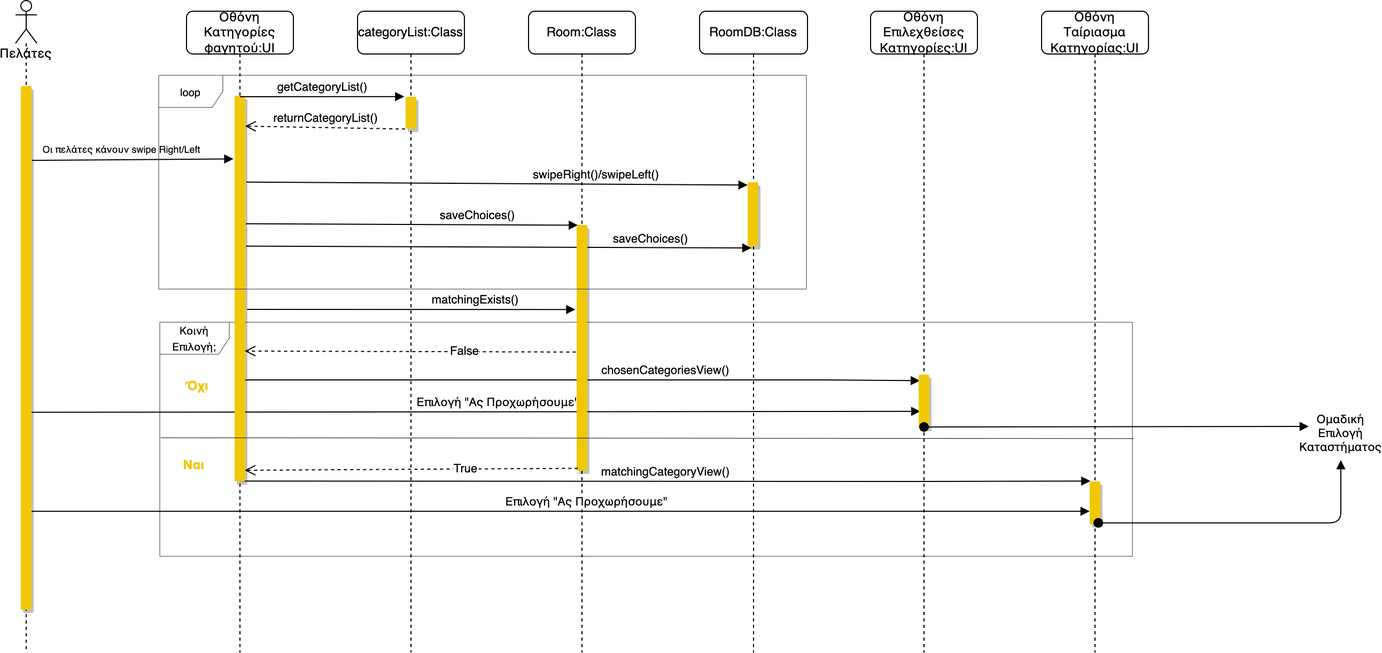
Before: docs/final/nomnomr/Media/Sequence Diagrams/8.Ομαδική Επιλογή Κατηγορίας.drawio.png, a diagram exported from draw.io (iloudaros/nomnomr). Source tidied: cells renumbered, new cells last; positions are measured from the earlier drawing's top-left corner, leaving out a move shared by most shapes.
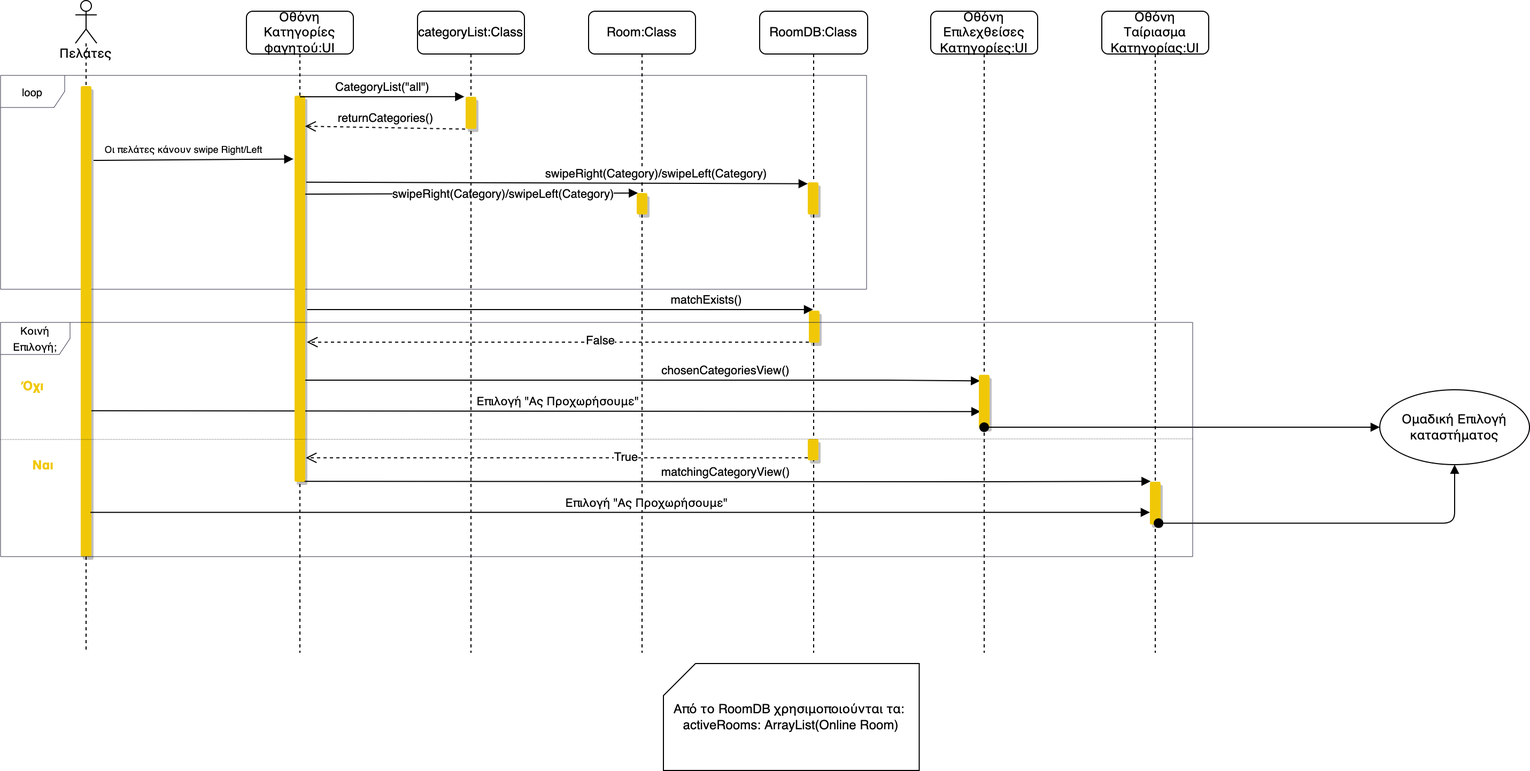
The same diagram one commit later.

What changed in the source:
```diff
@@ -2,9 +2,21 @@
   <root>
     <mxCell id="0" />
     <mxCell id="1" parent="0" />
-    <mxCell id="2" value="&lt;font style=&quot;font-size: 10px;&quot;&gt;Κοινή Επιλογή;&lt;/font&gt;" style="shape=umlFrame;whiteSpace=wrap;html=1;rounded=1;shadow=0;sketch=0;fillColor=#FFFFFF;strokeWidth=0.5;strokeColor=#2B2D42;width=65;height=30;" parent="1" vertex="1">
-      <mxGeometry x="135" y="301" width="910" height="219" as="geometry" />
-    </mxCell>
+    <mxCell id="25" value="RoomDB:Class" style="shape=umlLifeline;perimeter=lifelinePerimeter;whiteSpace=wrap;html=1;outlineConnect=0;rounded=1;shadow=0;fillColor=#FFFFFF;" parent="1" vertex="1">
+      <mxGeometry x="640" y="10" width="101" height="600" as="geometry" />
+    </mxCell>
+    <mxCell id="26" style="html=1;points=[];perimeter=orthogonalPerimeter;rounded=1;shadow=1;fillColor=#F0C808;strokeColor=none;" parent="25" vertex="1">
+      <mxGeometry x="45" y="160" width="10" height="30" as="geometry" />
+    </mxCell>
+    <mxCell id="39" style="html=1;perimeter=orthogonalPerimeter;rounded=1;shadow=1;fillColor=#F0C808;strokeColor=none;" parent="25" vertex="1">
+      <mxGeometry x="46" y="280" width="10" height="30" as="geometry" />
+    </mxCell>
+    <mxCell id="40" style="html=1;points=[];perimeter=orthogonalPerimeter;rounded=1;shadow=1;fillColor=#F0C808;strokeColor=none;" parent="25" vertex="1">
+      <mxGeometry x="45" y="400" width="10" height="20" as="geometry" />
+    </mxCell>
+    <mxCell id="27" value="loop" style="shape=umlFrame;whiteSpace=wrap;html=1;rounded=0;shadow=0;fontSize=10;strokeColor=#2B2D42;strokeWidth=0.5;fillColor=#FFFFFF;" parent="25" vertex="1">
+      <mxGeometry x="-710" y="60" width="810" height="200" as="geometry" />
+    </mxCell>
     <mxCell id="3" value="matchingCategoryView()" style="html=1;verticalAlign=bottom;endArrow=block;rounded=0;exitX=0.5;exitY=0.999;exitDx=0;exitDy=0;exitPerimeter=0;entryX=0.07;entryY=-0.01;entryDx=0;entryDy=0;entryPerimeter=0;" parent="1" edge="1" source="10" target="22">
       <mxGeometry relative="1" as="geometry">
         <Array as="points">
@@ -12,7 +24,7 @@
         </Array>
       </mxGeometry>
     </mxCell>
-    <mxCell id="4" value="&lt;font style=&quot;font-size: 11px;&quot;&gt;&amp;nbsp;Επιλογή &quot;Ας Προχωρήσουμε&quot;&amp;nbsp;&lt;/font&gt;" style="html=1;verticalAlign=bottom;endArrow=block;rounded=0;entryX=0.157;entryY=0.688;entryDx=0;entryDy=0;entryPerimeter=0;exitX=0.98;exitY=0.623;exitDx=0;exitDy=0;exitPerimeter=0;" parent="1" edge="1" source="20" target="16">
+    <mxCell id="4" value="&lt;font style=&quot;font-size: 11px;&quot;&gt;&amp;nbsp;Επιλογή &quot;Ας Προχωρήσουμε&quot;&amp;nbsp;&lt;/font&gt;" style="html=1;verticalAlign=bottom;endArrow=block;rounded=0;entryX=0.157;entryY=0.688;entryDx=0;entryDy=0;entryPerimeter=0;exitX=0.9;exitY=0.69;exitDx=0;exitDy=0;exitPerimeter=0;" parent="1" edge="1" source="20" target="16">
       <mxGeometry x="0.05" relative="1" as="geometry" />
     </mxCell>
     <mxCell id="5" value="chosenCategoriesView()" style="html=1;verticalAlign=bottom;endArrow=block;rounded=0;entryX=0.113;entryY=0.114;entryDx=0;entryDy=0;entryPerimeter=0;" parent="1" edge="1" source="10" target="16">
@@ -22,13 +34,10 @@
         </Array>
       </mxGeometry>
     </mxCell>
-    <mxCell id="6" value="saveChoices()" style="html=1;verticalAlign=bottom;endArrow=block;rounded=0;exitX=1.059;exitY=0.39;exitDx=0;exitDy=0;exitPerimeter=0;entryX=0.353;entryY=1.025;entryDx=0;entryDy=0;entryPerimeter=0;" parent="1" edge="1" source="10" target="26">
-      <mxGeometry x="0.6" y="-1" relative="1" as="geometry" />
-    </mxCell>
-    <mxCell id="7" value="saveChoices()" style="html=1;verticalAlign=bottom;endArrow=block;rounded=0;entryX=0.118;entryY=0.001;entryDx=0;entryDy=0;entryPerimeter=0;exitX=1.059;exitY=0.332;exitDx=0;exitDy=0;exitPerimeter=0;" parent="1" edge="1" source="10" target="14">
-      <mxGeometry x="0.39" relative="1" as="geometry" />
+    <mxCell id="7" value="swipeRight(Category)/swipeLeft(Category)" style="html=1;verticalAlign=bottom;endArrow=block;rounded=0;entryX=0.118;entryY=0.001;entryDx=0;entryDy=0;entryPerimeter=0;exitX=0.95;exitY=0.255;exitDx=0;exitDy=0;exitPerimeter=0;" parent="1" edge="1" source="10" target="14">
+      <mxGeometry x="0.19" y="-10" relative="1" as="geometry" />
     </mxCell>
-    <mxCell id="8" value="&lt;font style=&quot;font-size: 9px;&quot;&gt;Οι πελάτες κάνουν swipe Right/Left&lt;/font&gt;" style="html=1;verticalAlign=bottom;endArrow=block;rounded=0;exitX=1.04;exitY=0.142;exitDx=0;exitDy=0;exitPerimeter=0;entryX=-0.114;entryY=0.164;entryDx=0;entryDy=0;entryPerimeter=0;" parent="1" edge="1" source="20" target="10">
+    <mxCell id="8" value="&lt;font style=&quot;font-size: 9px;&quot;&gt;Οι πελάτες κάνουν swipe Right/Left&lt;/font&gt;" style="html=1;verticalAlign=bottom;endArrow=block;rounded=0;exitX=1.2;exitY=0.158;exitDx=0;exitDy=0;exitPerimeter=0;entryX=-0.114;entryY=0.164;entryDx=0;entryDy=0;entryPerimeter=0;" parent="1" edge="1" source="20" target="10">
       <mxGeometry x="-0.1" y="1" relative="1" as="geometry" />
     </mxCell>
     <mxCell id="9" value="Οθόνη Κατηγορίες φαγητού:UI" style="shape=umlLifeline;perimeter=lifelinePerimeter;whiteSpace=wrap;html=1;rounded=1;shadow=0;fillColor=#FFFFFF;" parent="1" vertex="1">
@@ -47,7 +56,7 @@
       <mxGeometry x="480" y="10" width="100" height="600" as="geometry" />
     </mxCell>
     <mxCell id="14" style="html=1;points=[];perimeter=orthogonalPerimeter;rounded=1;shadow=1;fillColor=#F0C808;strokeColor=none;" parent="13" vertex="1">
-      <mxGeometry x="45" y="200" width="10" height="230" as="geometry" />
+      <mxGeometry x="45" y="170" width="10" height="20" as="geometry" />
     </mxCell>
     <mxCell id="15" value="Οθόνη Επιλεχθείσες Κατηγορίες:UI" style="shape=umlLifeline;perimeter=lifelinePerimeter;whiteSpace=wrap;html=1;rounded=1;shadow=0;fillColor=#FFFFFF;" parent="1" vertex="1">
       <mxGeometry x="800" y="10" width="100" height="600" as="geometry" />
@@ -55,19 +64,19 @@
     <mxCell id="16" style="html=1;points=[];perimeter=orthogonalPerimeter;rounded=1;shadow=1;fillColor=#F0C808;strokeColor=none;" parent="15" vertex="1">
       <mxGeometry x="45" y="340" width="10" height="50" as="geometry" />
     </mxCell>
-    <mxCell id="17" value="getCategoryList()" style="html=1;verticalAlign=bottom;endArrow=block;rounded=0;entryX=-0.125;entryY=-0.004;entryDx=0;entryDy=0;entryPerimeter=0;" parent="1" edge="1" target="12">
+    <mxCell id="17" value="CategoryList(&quot;all&quot;)" style="html=1;verticalAlign=bottom;endArrow=block;rounded=0;entryX=-0.125;entryY=-0.004;entryDx=0;entryDy=0;entryPerimeter=0;" parent="1" edge="1" target="12">
       <mxGeometry relative="1" as="geometry">
         <mxPoint x="210" y="90" as="sourcePoint" />
       </mxGeometry>
     </mxCell>
-    <mxCell id="18" value="returnCategoryList()" style="html=1;verticalAlign=bottom;endArrow=open;dashed=1;endSize=8;rounded=0;entryX=0.983;entryY=0.079;entryDx=0;entryDy=0;entryPerimeter=0;exitX=-0.042;exitY=1.008;exitDx=0;exitDy=0;exitPerimeter=0;" parent="1" edge="1" source="12" target="10">
+    <mxCell id="18" value="returnCategories()" style="html=1;verticalAlign=bottom;endArrow=open;dashed=1;endSize=8;rounded=0;entryX=0.983;entryY=0.079;entryDx=0;entryDy=0;entryPerimeter=0;exitX=-0.042;exitY=1.008;exitDx=0;exitDy=0;exitPerimeter=0;" parent="1" edge="1" source="12" target="10">
       <mxGeometry relative="1" as="geometry" />
     </mxCell>
     <mxCell id="19" value="Πελάτες" style="shape=umlLifeline;participant=umlActor;perimeter=lifelinePerimeter;whiteSpace=wrap;html=1;verticalAlign=top;spacingTop=36;" parent="1" vertex="1">
       <mxGeometry width="20" height="610" as="geometry" />
     </mxCell>
     <mxCell id="20" style="html=1;points=[];perimeter=orthogonalPerimeter;strokeColor=none;fillColor=#F0C808;shadow=1;rounded=1;" parent="19" vertex="1">
-      <mxGeometry x="5" y="80" width="10" height="490" as="geometry" />
+      <mxGeometry x="5" y="80" width="10" height="440" as="geometry" />
     </mxCell>
     <mxCell id="21" value="Οθόνη Ταίριασμα Κατηγορίας:UI" style="shape=umlLifeline;perimeter=lifelinePerimeter;whiteSpace=wrap;html=1;rounded=1;shadow=0;fillColor=#FFFFFF;" parent="1" vertex="1">
       <mxGeometry x="960" y="10" width="100" height="600" as="geometry" />
@@ -75,59 +84,46 @@
     <mxCell id="22" style="html=1;points=[];perimeter=orthogonalPerimeter;rounded=1;shadow=1;fillColor=#F0C808;strokeColor=none;" parent="21" vertex="1">
       <mxGeometry x="45" y="440" width="10" height="40" as="geometry" />
     </mxCell>
-    <mxCell id="23" style="html=1;verticalAlign=bottom;startArrow=oval;startFill=1;endArrow=block;startSize=8;rounded=0;entryX=0;entryY=0.25;entryDx=0;entryDy=0;" parent="1" edge="1">
+    <mxCell id="23" style="html=1;verticalAlign=bottom;startArrow=oval;startFill=1;endArrow=block;startSize=8;rounded=0;entryX=0;entryY=0.5;entryDx=0;entryDy=0;" parent="1" edge="1" target="41">
       <mxGeometry relative="1" as="geometry">
         <mxPoint x="850" y="399" as="sourcePoint" />
-        <mxPoint x="1210" y="398.5" as="targetPoint" />
       </mxGeometry>
     </mxCell>
-    <mxCell id="24" value="&lt;font style=&quot;font-size: 11px;&quot;&gt;swipeRight()/swipeLeft()&lt;/font&gt;" style="html=1;verticalAlign=bottom;endArrow=block;rounded=0;exitX=1.093;exitY=0.224;exitDx=0;exitDy=0;exitPerimeter=0;entryX=0;entryY=0.044;entryDx=0;entryDy=0;entryPerimeter=0;" parent="1" edge="1" source="10" target="26">
+    <mxCell id="24" value="&lt;font style=&quot;font-size: 11px;&quot;&gt;swipeRight(Category)/swipeLeft(Category)&lt;/font&gt;" style="html=1;verticalAlign=bottom;endArrow=block;rounded=0;exitX=1.093;exitY=0.224;exitDx=0;exitDy=0;exitPerimeter=0;entryX=0;entryY=0.044;entryDx=0;entryDy=0;entryPerimeter=0;" parent="1" edge="1" source="10" target="26">
       <mxGeometry x="0.39" relative="1" as="geometry" />
     </mxCell>
-    <mxCell id="25" value="RoomDB:Class" style="shape=umlLifeline;perimeter=lifelinePerimeter;whiteSpace=wrap;html=1;outlineConnect=0;rounded=1;shadow=0;fillColor=#FFFFFF;" parent="1" vertex="1">
-      <mxGeometry x="640" y="10" width="101" height="600" as="geometry" />
-    </mxCell>
-    <mxCell id="26" style="html=1;points=[];perimeter=orthogonalPerimeter;rounded=1;shadow=1;fillColor=#F0C808;strokeColor=none;" parent="25" vertex="1">
-      <mxGeometry x="45" y="160" width="10" height="60" as="geometry" />
-    </mxCell>
-    <mxCell id="27" value="loop" style="shape=umlFrame;whiteSpace=wrap;html=1;rounded=0;shadow=0;fontSize=10;strokeColor=#2B2D42;strokeWidth=0.5;fillColor=#FFFFFF;" parent="25" vertex="1">
-      <mxGeometry x="-506" y="60" width="606" height="200" as="geometry" />
-    </mxCell>
-    <mxCell id="28" style="html=1;verticalAlign=bottom;endArrow=open;dashed=1;endSize=8;rounded=0;entryX=0.941;entryY=0.662;entryDx=0;entryDy=0;entryPerimeter=0;exitX=-0.079;exitY=0.517;exitDx=0;exitDy=0;exitPerimeter=0;" parent="1" edge="1" source="14" target="10">
-      <mxGeometry relative="1" as="geometry" />
+    <mxCell id="28" style="html=1;verticalAlign=bottom;endArrow=open;dashed=1;endSize=8;rounded=0;entryX=1.15;entryY=0.619;entryDx=0;entryDy=0;entryPerimeter=0;" parent="1" edge="1">
+      <mxGeometry relative="1" as="geometry">
+        <mxPoint x="686" y="319.5" as="sourcePoint" />
+        <mxPoint x="216.5" y="319.5" as="targetPoint" />
+      </mxGeometry>
     </mxCell>
     <mxCell id="29" value="False" style="edgeLabel;html=1;align=center;verticalAlign=middle;fontSize=11;" parent="28" vertex="1">
       <mxGeometry x="-0.18" y="-1" relative="1" as="geometry">
-        <mxPoint x="22" as="offset" />
+        <mxPoint x="-3" y="-1" as="offset" />
       </mxGeometry>
     </mxCell>
-    <mxCell id="30" value="matchingExists()" style="html=1;verticalAlign=bottom;endArrow=block;rounded=0;exitX=1.176;exitY=0.554;exitDx=0;exitDy=0;exitPerimeter=0;entryX=-0.118;entryY=0.344;entryDx=0;entryDy=0;entryPerimeter=0;" parent="1" edge="1" source="10" target="14">
-      <mxGeometry x="0.39" relative="1" as="geometry" />
+    <mxCell id="30" value="matchExists()" style="html=1;verticalAlign=bottom;endArrow=block;rounded=0;exitX=1.176;exitY=0.554;exitDx=0;exitDy=0;exitPerimeter=0;" parent="1" edge="1" source="10" target="25">
+      <mxGeometry x="0.58" relative="1" as="geometry" />
     </mxCell>
-    <mxCell id="31" style="endArrow=none;html=1;rounded=0;fontSize=10;strokeWidth=0.5;entryX=1.001;entryY=0.447;entryDx=0;entryDy=0;entryPerimeter=0;exitX=0.001;exitY=0.444;exitDx=0;exitDy=0;exitPerimeter=0;" parent="1" edge="1">
+    <mxCell id="31" style="endArrow=none;html=1;rounded=0;fontSize=10;strokeWidth=0.5;entryX=1.001;entryY=0.447;entryDx=0;entryDy=0;entryPerimeter=0;exitX=0;exitY=0.5;exitDx=0;exitDy=0;exitPerimeter=0;dashed=1;dashPattern=1 2;" parent="1" edge="1" source="2">
       <mxGeometry relative="1" as="geometry">
-        <mxPoint x="135.9" y="409.1" as="sourcePoint" />
         <mxPoint x="1045.9" y="409.9" as="targetPoint" />
       </mxGeometry>
     </mxCell>
-    <mxCell id="32" value="&lt;font style=&quot;font-size: 11px;&quot;&gt;&amp;nbsp;Επιλογή &quot;Ας Προχωρήσουμε&quot;&amp;nbsp;&lt;/font&gt;" style="html=1;verticalAlign=bottom;endArrow=block;rounded=0;exitX=1.007;exitY=0.812;exitDx=0;exitDy=0;exitPerimeter=0;" parent="1" edge="1" source="20" target="22">
+    <mxCell id="32" value="&lt;font style=&quot;font-size: 11px;&quot;&gt;&amp;nbsp;Επιλογή &quot;Ας Προχωρήσουμε&quot;&amp;nbsp;&lt;/font&gt;" style="html=1;verticalAlign=bottom;endArrow=block;rounded=0;exitX=0.9;exitY=0.906;exitDx=0;exitDy=0;exitPerimeter=0;" parent="1" edge="1" source="20" target="22">
       <mxGeometry x="0.05" relative="1" as="geometry" />
     </mxCell>
-    <mxCell id="33" style="html=1;verticalAlign=bottom;startArrow=oval;startFill=1;endArrow=block;startSize=8;rounded=1;exitX=0.809;exitY=0.968;exitDx=0;exitDy=0;exitPerimeter=0;edgeStyle=orthogonalEdgeStyle;" parent="1" edge="1" source="22">
-      <mxGeometry relative="1" as="geometry">
-        <mxPoint x="1240" y="430" as="targetPoint" />
-      </mxGeometry>
+    <mxCell id="33" style="html=1;verticalAlign=bottom;startArrow=oval;startFill=1;endArrow=block;startSize=8;rounded=1;exitX=0.809;exitY=0.968;exitDx=0;exitDy=0;exitPerimeter=0;edgeStyle=orthogonalEdgeStyle;entryX=0.5;entryY=1;entryDx=0;entryDy=0;" parent="1" edge="1" source="22" target="41">
+      <mxGeometry relative="1" as="geometry" />
     </mxCell>
     <mxCell id="34" value="&lt;b&gt;&lt;font style=&quot;font-size: 12px;&quot; color=&quot;#f0c808&quot;&gt;Όχι&lt;/font&gt;&lt;/b&gt;" style="text;html=1;strokeColor=none;fillColor=none;align=center;verticalAlign=middle;whiteSpace=wrap;rounded=0;shadow=0;fontSize=10;" parent="1" vertex="1">
-      <mxGeometry x="140" y="346" width="60" height="30" as="geometry" />
+      <mxGeometry x="-70" y="346" width="60" height="30" as="geometry" />
     </mxCell>
     <mxCell id="35" value="&lt;b&gt;&lt;font style=&quot;font-size: 12px;&quot; color=&quot;#f0c808&quot;&gt;Ναι&lt;/font&gt;&lt;/b&gt;" style="text;html=1;strokeColor=none;fillColor=none;align=center;verticalAlign=middle;whiteSpace=wrap;rounded=0;shadow=0;fontSize=10;" parent="1" vertex="1">
-      <mxGeometry x="137" y="420" width="60" height="30" as="geometry" />
+      <mxGeometry x="-60" y="420" width="60" height="30" as="geometry" />
     </mxCell>
-    <mxCell id="36" value="&lt;span style=&quot;font-size: 11px;&quot;&gt;Ομαδική Επιλογή Καταστήματος&lt;/span&gt;" style="text;html=1;strokeColor=none;fillColor=none;align=center;verticalAlign=middle;whiteSpace=wrap;rounded=0;shadow=0;fontSize=10;" parent="1" vertex="1">
-      <mxGeometry x="1210" y="390" width="60" height="30" as="geometry" />
-    </mxCell>
-    <mxCell id="37" style="html=1;verticalAlign=bottom;endArrow=open;dashed=1;endSize=8;rounded=0;entryX=0.941;entryY=0.971;entryDx=0;entryDy=0;entryPerimeter=0;exitX=0.118;exitY=0.99;exitDx=0;exitDy=0;exitPerimeter=0;" parent="1" edge="1" source="14" target="10">
+    <mxCell id="37" style="html=1;verticalAlign=bottom;endArrow=open;dashed=1;endSize=8;rounded=0;entryX=1.05;entryY=0.938;entryDx=0;entryDy=0;entryPerimeter=0;" parent="1" edge="1" source="40" target="10">
       <mxGeometry relative="1" as="geometry" />
     </mxCell>
     <mxCell id="38" value="True" style="edgeLabel;html=1;align=center;verticalAlign=middle;fontSize=11;" parent="37" vertex="1">
@@ -135,5 +131,14 @@
         <mxPoint x="22" as="offset" />
       </mxGeometry>
     </mxCell>
+    <mxCell id="41" value="Ομαδική Επιλογή καταστήματος" style="ellipse;whiteSpace=wrap;html=1;shadow=0;" parent="1" vertex="1">
+      <mxGeometry x="1220" y="364" width="140" height="70" as="geometry" />
+    </mxCell>
+    <mxCell id="2" value="&lt;font style=&quot;font-size: 10px;&quot;&gt;Κοινή Επιλογή;&lt;/font&gt;" style="shape=umlFrame;whiteSpace=wrap;html=1;rounded=1;shadow=0;sketch=0;fillColor=#FFFFFF;strokeWidth=0.5;strokeColor=#2B2D42;width=65;height=30;" parent="1" vertex="1">
+      <mxGeometry x="-70" y="301" width="1115" height="219" as="geometry" />
+    </mxCell>
+    <mxCell id="42" value="Από το RoomDB χρησιμοποιούνται τα:&amp;nbsp;&lt;br&gt;activeRooms: ArrayList(Online Room)" style="shape=card;whiteSpace=wrap;html=1;" parent="1" vertex="1">
+      <mxGeometry x="550" y="620" width="239.2" height="100" as="geometry" />
+    </mxCell>
   </root>
 </mxGraphModel>
```
